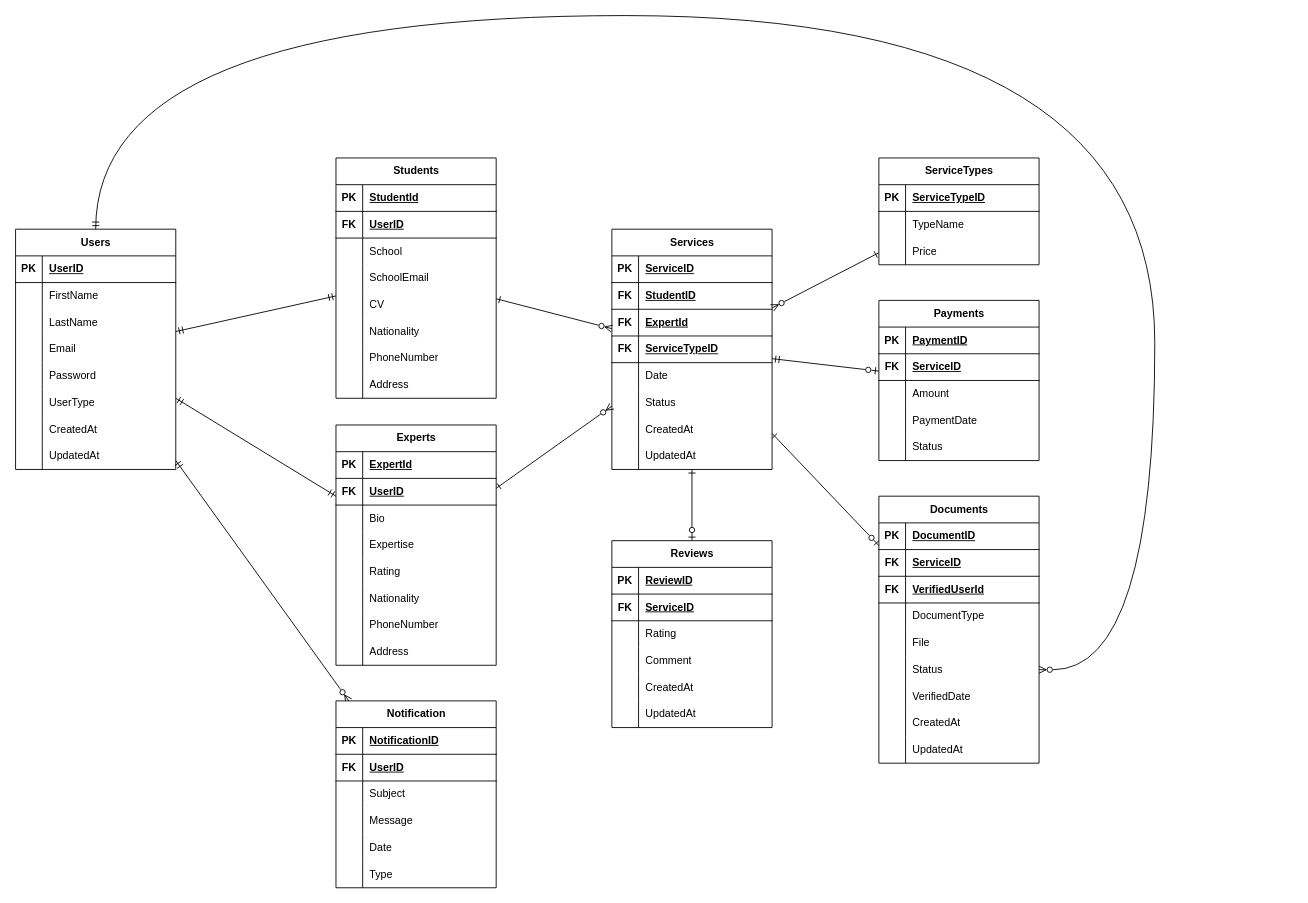
Earlier version of the draw.io diagram ERD.drawio (tamir-cqu/COIT20272). Source tidied: cells renumbered, new cells numbered last; positions are measured from the earlier drawing's top-left corner, leaving out a move shared by most shapes. Both pictures are drawn from the tidied source at 89%, with x=0, y=0 at pixel (15, 15).
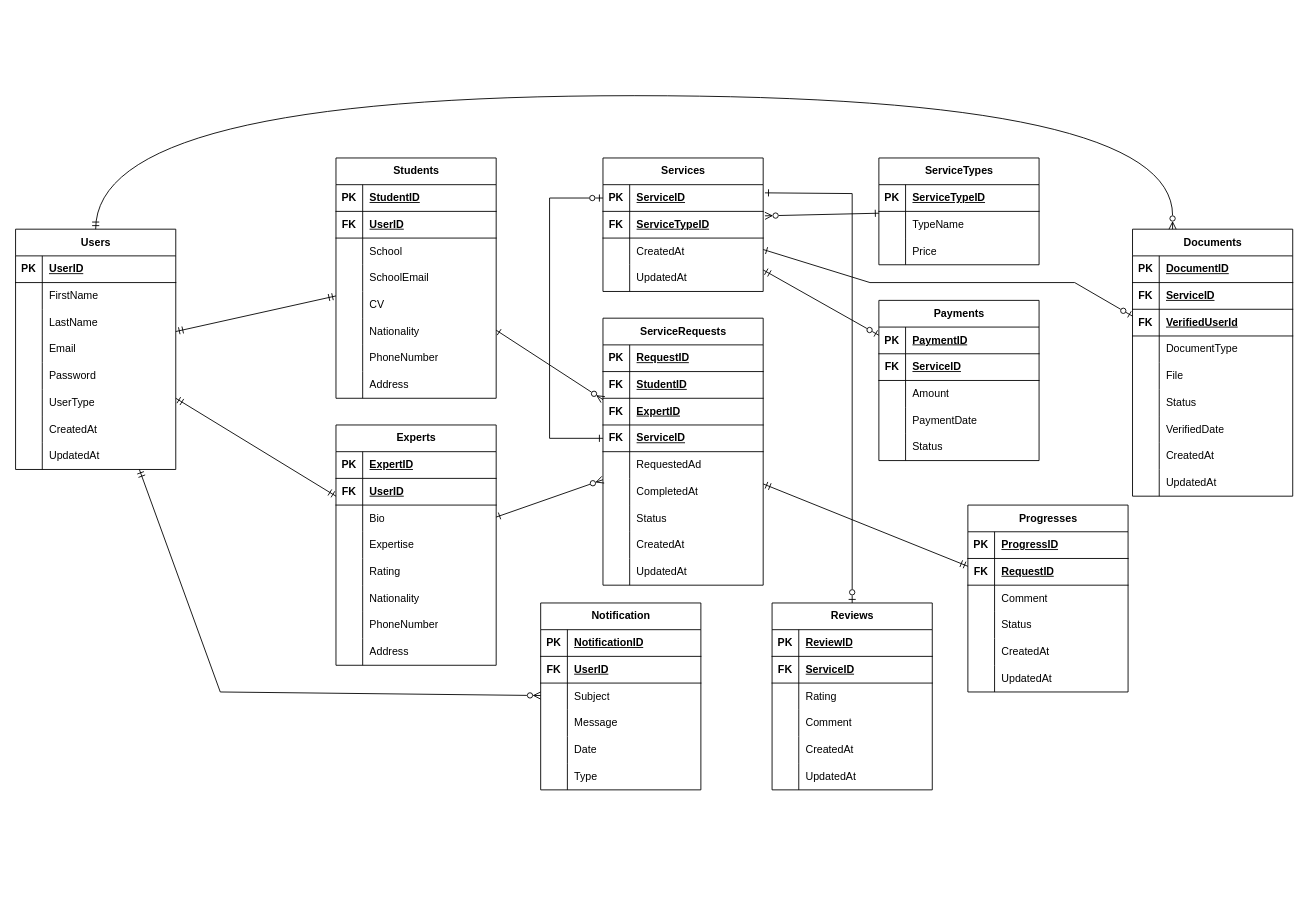
The same page after the edit.

Unchanged cells that the change refers to:
```xml
<mxCell id="2" value="Users" style="shape=table;startSize=30;childLayout=tableLayout;rowLines=0;fontStyle=1;align=center;html=1;" parent="1" vertex="1">
  <mxGeometry y="240" width="180" height="270" as="geometry" />
</mxCell>
<mxCell id="28" style="shape=tableRow;horizontal=0;startSize=0;swimlaneHead=0;swimlaneBody=0;fillColor=none;top=0;left=0;right=0;bottom=1;" parent="27" vertex="1">
  <mxGeometry y="30" width="180" height="30" as="geometry" />
</mxCell>
<mxCell id="55" style="shape=tableRow;horizontal=0;startSize=0;swimlaneHead=0;swimlaneBody=0;fillColor=none;top=0;left=0;right=0;bottom=1;" parent="54" vertex="1">
  <mxGeometry y="30" width="180" height="30" as="geometry" />
</mxCell>
<mxCell id="83" style="shape=tableRow;horizontal=0;startSize=0;swimlaneHead=0;swimlaneBody=0;fillColor=none;top=0;left=0;right=0;bottom=1;" parent="82" vertex="1">
  <mxGeometry y="30" width="180" height="30" as="geometry" />
</mxCell>
<mxCell id="89" style="shape=tableRow;horizontal=0;startSize=0;swimlaneHead=0;swimlaneBody=0;fillColor=none;top=0;left=0;right=0;bottom=1;" parent="82" vertex="1">
  <mxGeometry y="90" width="180" height="30" as="geometry" />
</mxCell>
<mxCell id="92" style="shape=tableRow;horizontal=0;startSize=0;swimlaneHead=0;swimlaneBody=0;fillColor=none;points=[[0,0.5],[1,0.5]];portConstraint=eastwest;top=0;left=0;right=0;bottom=1;" parent="82" vertex="1">
  <mxGeometry y="120" width="180" height="30" as="geometry" />
</mxCell>
<mxCell id="95" style="shape=tableRow;horizontal=0;startSize=0;swimlaneHead=0;swimlaneBody=0;fillColor=none;top=0;left=0;right=0;bottom=0;" parent="82" vertex="1">
  <mxGeometry y="150" width="180" height="30" as="geometry" />
</mxCell>
<mxCell id="109" value="ServiceTypes" style="shape=table;startSize=30;childLayout=tableLayout;rowLines=0;fontStyle=1;align=center;html=1;" parent="1" vertex="1">
  <mxGeometry x="970" y="160" width="180" height="120" as="geometry" />
</mxCell>
<mxCell id="119" value="Payments" style="shape=table;startSize=30;childLayout=tableLayout;rowLines=0;fontStyle=1;align=center;html=1;" parent="1" vertex="1">
  <mxGeometry x="970" y="320" width="180" height="180" as="geometry" />
</mxCell>
<mxCell id="191" style="shape=tableRow;horizontal=0;startSize=0;swimlaneHead=0;swimlaneBody=0;fillColor=none;points=[[0,0.5],[1,0.5]];portConstraint=eastwest;top=0;left=0;right=0;bottom=0;" parent="175" vertex="1">
  <mxGeometry y="180" width="180" height="30" as="geometry" />
</mxCell>
```

Change to the diagram source:
```diff
@@
-    <mxCell id="30" value="ExpertId" style="shape=partialRectangle;fillColor=none;top=0;left=0;bottom=0;right=0;align=left;spacingLeft=6;fontStyle=5;overflow=hidden;whiteSpace=wrap;html=1;" parent="28" vertex="1">
+    <mxCell id="30" value="ExpertID" style="shape=partialRectangle;fillColor=none;top=0;left=0;bottom=0;right=0;align=left;spacingLeft=6;fontStyle=5;overflow=hidden;whiteSpace=wrap;html=1;" parent="28" vertex="1">
       <mxGeometry x="30" width="150" height="30" as="geometry" />
     </mxCell>
@@
-    <mxCell id="57" value="StudentId" style="shape=partialRectangle;fillColor=none;top=0;left=0;bottom=0;right=0;align=left;spacingLeft=6;fontStyle=5;overflow=hidden;whiteSpace=wrap;html=1;" parent="55" vertex="1">
+    <mxCell id="57" value="StudentID" style="shape=partialRectangle;fillColor=none;top=0;left=0;bottom=0;right=0;align=left;spacingLeft=6;fontStyle=5;overflow=hidden;whiteSpace=wrap;html=1;" parent="55" vertex="1">
       <mxGeometry x="30" width="150" height="30" as="geometry" />
     </mxCell>
@@
-    <mxCell id="80" style="edgeStyle=orthogonalEdgeStyle;rounded=0;jettySize=auto;html=1;entryX=0.5;entryY=0;entryDx=0;entryDy=0;startArrow=ERone;startFill=0;endArrow=ERzeroToOne;endFill=0;" parent="1" edge="1" source="82" target="156">
-      <mxGeometry relative="1" as="geometry" />
+    <mxCell id="80" style="rounded=0;jettySize=auto;html=1;entryX=0.5;entryY=0;entryDx=0;entryDy=0;startArrow=ERone;startFill=0;endArrow=ERzeroToOne;endFill=0;exitX=1.011;exitY=0.306;exitDx=0;exitDy=0;exitPerimeter=0;" parent="1" edge="1" source="208" target="156">
+      <mxGeometry relative="1" as="geometry">
+        <Array as="points">
+          <mxPoint x="940" y="200" />
+        </Array>
+      </mxGeometry>
     </mxCell>
-    <mxCell id="81" style="rounded=0;jettySize=auto;html=1;entryDx=0;entryDy=0;startArrow=ERone;startFill=0;endArrow=ERzeroToOne;endFill=0;" parent="1" edge="1" source="82" target="175">
-      <mxGeometry relative="1" as="geometry" />
+    <mxCell id="81" style="rounded=0;jettySize=auto;html=1;entryDx=0;entryDy=0;startArrow=ERone;startFill=0;endArrow=ERzeroToOne;endFill=0;exitDx=0;exitDy=0;" parent="1" edge="1" source="207" target="175">
+      <mxGeometry relative="1" as="geometry">
+        <Array as="points">
+          <mxPoint x="960" y="300" />
+          <mxPoint x="1190" y="300" />
+        </Array>
+      </mxGeometry>
     </mxCell>
-    <mxCell id="82" value="Services" style="shape=table;startSize=30;childLayout=tableLayout;rowLines=0;fontStyle=1;align=center;html=1;" parent="1" vertex="1">
-      <mxGeometry x="670" y="240" width="180" height="270" as="geometry" />
+    <mxCell id="82" value="ServiceRequests" style="shape=table;startSize=30;childLayout=tableLayout;rowLines=0;fontStyle=1;align=center;html=1;" parent="1" vertex="1">
+      <mxGeometry x="660" y="340" width="180" height="300" as="geometry" />
     </mxCell>
@@
-    <mxCell id="85" value="ServiceID" style="shape=partialRectangle;fillColor=none;top=0;left=0;bottom=0;right=0;align=left;spacingLeft=6;fontStyle=5;overflow=hidden;whiteSpace=wrap;html=1;" parent="83" vertex="1">
+    <mxCell id="85" value="RequestID" style="shape=partialRectangle;fillColor=none;top=0;left=0;bottom=0;right=0;align=left;spacingLeft=6;fontStyle=5;overflow=hidden;whiteSpace=wrap;html=1;" parent="83" vertex="1">
       <mxGeometry x="30" width="150" height="30" as="geometry" />
     </mxCell>
@@
-    <mxCell id="91" value="ExpertId" style="shape=partialRectangle;fillColor=none;top=0;left=0;bottom=0;right=0;align=left;spacingLeft=6;fontStyle=5;overflow=hidden;whiteSpace=wrap;html=1;" parent="89" vertex="1">
+    <mxCell id="91" value="ExpertID" style="shape=partialRectangle;fillColor=none;top=0;left=0;bottom=0;right=0;align=left;spacingLeft=6;fontStyle=5;overflow=hidden;whiteSpace=wrap;html=1;" parent="89" vertex="1">
       <mxGeometry x="30" width="150" height="30" as="geometry" />
     </mxCell>
@@
-    <mxCell id="94" value="ServiceTypeID" style="shape=partialRectangle;fillColor=none;top=0;left=0;bottom=0;right=0;align=left;spacingLeft=6;fontStyle=5;overflow=hidden;whiteSpace=wrap;html=1;" parent="92" vertex="1">
+    <mxCell id="94" value="ServiceID" style="shape=partialRectangle;fillColor=none;top=0;left=0;bottom=0;right=0;align=left;spacingLeft=6;fontStyle=5;overflow=hidden;whiteSpace=wrap;html=1;" parent="92" vertex="1">
       <mxGeometry x="30" width="150" height="30" as="geometry" />
     </mxCell>
@@
-    <mxCell id="97" value="Date" style="shape=partialRectangle;fillColor=none;top=0;left=0;bottom=0;right=0;align=left;spacingLeft=6;overflow=hidden;whiteSpace=wrap;html=1;" parent="95" vertex="1">
+    <mxCell id="97" value="RequestedAd" style="shape=partialRectangle;fillColor=none;top=0;left=0;bottom=0;right=0;align=left;spacingLeft=6;overflow=hidden;whiteSpace=wrap;html=1;" parent="95" vertex="1">
       <mxGeometry x="30" width="150" height="30" as="geometry" />
     </mxCell>
+    <mxCell id="204" style="shape=tableRow;horizontal=0;startSize=0;swimlaneHead=0;swimlaneBody=0;fillColor=none;top=0;left=0;right=0;bottom=0;" parent="82" vertex="1">
+      <mxGeometry y="180" width="180" height="30" as="geometry" />
+    </mxCell>
+    <mxCell id="205" style="shape=partialRectangle;fillColor=none;top=0;left=0;bottom=0;right=0;overflow=hidden;whiteSpace=wrap;html=1;" parent="204" vertex="1">
+      <mxGeometry width="30" height="30" as="geometry" />
+    </mxCell>
+    <mxCell id="206" value="CompletedAt" style="shape=partialRectangle;fillColor=none;top=0;left=0;bottom=0;right=0;align=left;spacingLeft=6;overflow=hidden;whiteSpace=wrap;html=1;" parent="204" vertex="1">
+      <mxGeometry x="30" width="150" height="30" as="geometry" />
+    </mxCell>
     <mxCell id="98" style="shape=tableRow;horizontal=0;startSize=0;swimlaneHead=0;swimlaneBody=0;fillColor=none;top=0;left=0;right=0;bottom=0;" parent="82" vertex="1">
-      <mxGeometry y="180" width="180" height="30" as="geometry" />
+      <mxGeometry y="210" width="180" height="30" as="geometry" />
     </mxCell>
@@
     <mxCell id="101" style="shape=tableRow;horizontal=0;startSize=0;swimlaneHead=0;swimlaneBody=0;fillColor=none;top=0;left=0;right=0;bottom=0;" parent="82" vertex="1">
-      <mxGeometry y="210" width="180" height="30" as="geometry" />
+      <mxGeometry y="240" width="180" height="30" as="geometry" />
     </mxCell>
@@
     <mxCell id="104" style="shape=tableRow;horizontal=0;startSize=0;swimlaneHead=0;swimlaneBody=0;fillColor=none;top=0;left=0;right=0;bottom=0;" parent="82" vertex="1">
-      <mxGeometry y="240" width="180" height="30" as="geometry" />
+      <mxGeometry y="270" width="180" height="30" as="geometry" />
     </mxCell>
@@
-    <mxCell id="108" style="rounded=0;jettySize=auto;html=1;entryDx=0;entryDy=0;endArrow=ERzeroToMany;endFill=0;startArrow=ERone;startFill=0;" parent="1" edge="1" source="109" target="82">
+    <mxCell id="108" style="rounded=0;jettySize=auto;html=1;entryDx=0;entryDy=0;endArrow=ERzeroToMany;endFill=0;startArrow=ERone;startFill=0;entryX=1.011;entryY=0.167;entryPerimeter=0;" parent="1" edge="1" source="109" target="211">
       <mxGeometry relative="1" as="geometry" />
     </mxCell>
@@
-    <mxCell id="135" style="rounded=0;jettySize=auto;html=1;startArrow=ERmandOne;startFill=0;endArrow=ERzeroToOne;endFill=0;exitDx=0;exitDy=0;exitPerimeter=0;" parent="1" edge="1" source="82" target="119">
+    <mxCell id="135" style="rounded=0;jettySize=auto;html=1;startArrow=ERmandOne;startFill=0;endArrow=ERzeroToOne;endFill=0;exitDx=0;exitDy=0;" parent="1" edge="1" source="207" target="119">
       <mxGeometry relative="1" as="geometry" />
     </mxCell>
-    <mxCell id="136" style="rounded=0;jettySize=auto;html=1;entryDx=0;entryDy=0;startArrow=ERzeroToMany;startFill=0;endArrow=ERmandOne;endFill=0;" parent="1" edge="1" source="137" target="2">
-      <mxGeometry relative="1" as="geometry" />
+    <mxCell id="136" style="rounded=0;jettySize=auto;html=1;entryDx=0;entryDy=0;startArrow=ERzeroToMany;startFill=0;endArrow=ERmandOne;endFill=0;exitDx=0;exitDy=0;exitPerimeter=0;" parent="1" edge="1" source="137" target="2">
+      <mxGeometry relative="1" as="geometry">
+        <Array as="points">
+          <mxPoint x="230" y="760" />
+        </Array>
+      </mxGeometry>
     </mxCell>
     <mxCell id="137" value="Notification" style="shape=table;startSize=30;childLayout=tableLayout;rowLines=0;fontStyle=1;align=center;html=1;" parent="1" vertex="1">
-      <mxGeometry x="360" y="770" width="180" height="210" as="geometry" />
+      <mxGeometry x="590" y="660" width="180" height="210" as="geometry" />
     </mxCell>
@@
     <mxCell id="156" value="Reviews" style="shape=table;startSize=30;childLayout=tableLayout;rowLines=0;fontStyle=1;align=center;html=1;" parent="1" vertex="1">
-      <mxGeometry x="670" y="590" width="180" height="210" as="geometry" />
+      <mxGeometry x="850" y="660" width="180" height="210" as="geometry" />
     </mxCell>
@@
     <mxCell id="175" value="Documents" style="shape=table;startSize=30;childLayout=tableLayout;rowLines=0;fontStyle=1;align=center;html=1;" parent="1" vertex="1">
-      <mxGeometry x="970" y="540" width="180" height="300" as="geometry" />
+      <mxGeometry x="1255" y="240" width="180" height="300" as="geometry" />
     </mxCell>
@@
-    <mxCell id="203" style="edgeStyle=orthogonalEdgeStyle;rounded=0;jettySize=auto;html=1;entryDx=0;entryDy=0;curved=1;startArrow=ERzeroToMany;startFill=0;endArrow=ERmandOne;endFill=0;" parent="1" edge="1" source="191" target="2">
+    <mxCell id="203" style="edgeStyle=orthogonalEdgeStyle;rounded=0;jettySize=auto;html=1;entryDx=0;entryDy=0;curved=1;startArrow=ERzeroToMany;startFill=0;endArrow=ERmandOne;endFill=0;exitDx=0;exitDy=0;" parent="1" edge="1" source="175" target="2">
       <mxGeometry relative="1" as="geometry">
         <Array as="points">
-          <mxPoint x="1280" y="735" />
-          <mxPoint x="1280" />
-          <mxPoint x="90" />
+          <mxPoint x="1300" y="90" />
+          <mxPoint x="90" y="90" />
         </Array>
       </mxGeometry>
     </mxCell>
+    <mxCell id="207" value="Services" style="shape=table;startSize=30;childLayout=tableLayout;rowLines=0;fontStyle=1;align=center;html=1;" parent="1" vertex="1">
+      <mxGeometry x="660" y="160" width="180" height="150" as="geometry" />
+    </mxCell>
+    <mxCell id="208" style="shape=tableRow;horizontal=0;startSize=0;swimlaneHead=0;swimlaneBody=0;fillColor=none;points=[[0,0.5],[1,0.5]];portConstraint=eastwest;top=0;left=0;right=0;bottom=1;" parent="207" vertex="1">
+      <mxGeometry y="30" width="180" height="30" as="geometry" />
+    </mxCell>
+    <mxCell id="209" value="PK" style="shape=partialRectangle;fillColor=none;top=0;left=0;bottom=0;right=0;fontStyle=1;overflow=hidden;whiteSpace=wrap;html=1;" parent="208" vertex="1">
+      <mxGeometry width="30" height="30" as="geometry" />
+    </mxCell>
+    <mxCell id="210" value="ServiceID" style="shape=partialRectangle;fillColor=none;top=0;left=0;bottom=0;right=0;align=left;spacingLeft=6;fontStyle=5;overflow=hidden;whiteSpace=wrap;html=1;" parent="208" vertex="1">
+      <mxGeometry x="30" width="150" height="30" as="geometry" />
+    </mxCell>
+    <mxCell id="211" style="shape=tableRow;horizontal=0;startSize=0;swimlaneHead=0;swimlaneBody=0;fillColor=none;points=[[0,0.5],[1,0.5]];portConstraint=eastwest;top=0;left=0;right=0;bottom=1;" parent="207" vertex="1">
+      <mxGeometry y="60" width="180" height="30" as="geometry" />
+    </mxCell>
+    <mxCell id="212" value="FK" style="shape=partialRectangle;fillColor=none;top=0;left=0;bottom=0;right=0;fontStyle=1;overflow=hidden;whiteSpace=wrap;html=1;" parent="211" vertex="1">
+      <mxGeometry width="30" height="30" as="geometry" />
+    </mxCell>
+    <mxCell id="213" value="ServiceTypeID" style="shape=partialRectangle;fillColor=none;top=0;left=0;bottom=0;right=0;align=left;spacingLeft=6;fontStyle=5;overflow=hidden;whiteSpace=wrap;html=1;" parent="211" vertex="1">
+      <mxGeometry x="30" width="150" height="30" as="geometry" />
+    </mxCell>
+    <mxCell id="214" style="shape=tableRow;horizontal=0;startSize=0;swimlaneHead=0;swimlaneBody=0;fillColor=none;top=0;left=0;right=0;bottom=0;" parent="207" vertex="1">
+      <mxGeometry y="90" width="180" height="30" as="geometry" />
+    </mxCell>
+    <mxCell id="215" style="shape=partialRectangle;fillColor=none;top=0;left=0;bottom=0;right=0;overflow=hidden;whiteSpace=wrap;html=1;" parent="214" vertex="1">
+      <mxGeometry width="30" height="30" as="geometry" />
+    </mxCell>
+    <mxCell id="216" value="CreatedAt" style="shape=partialRectangle;fillColor=none;top=0;left=0;bottom=0;right=0;align=left;spacingLeft=6;overflow=hidden;whiteSpace=wrap;html=1;" parent="214" vertex="1">
+      <mxGeometry x="30" width="150" height="30" as="geometry" />
+    </mxCell>
+    <mxCell id="217" style="shape=tableRow;horizontal=0;startSize=0;swimlaneHead=0;swimlaneBody=0;fillColor=none;top=0;left=0;right=0;bottom=0;" parent="207" vertex="1">
+      <mxGeometry y="120" width="180" height="30" as="geometry" />
+    </mxCell>
+    <mxCell id="218" style="shape=partialRectangle;fillColor=none;top=0;left=0;bottom=0;right=0;overflow=hidden;whiteSpace=wrap;html=1;" parent="217" vertex="1">
+      <mxGeometry width="30" height="30" as="geometry" />
+    </mxCell>
+    <mxCell id="219" value="UpdatedAt" style="shape=partialRectangle;fillColor=none;top=0;left=0;bottom=0;right=0;align=left;spacingLeft=6;overflow=hidden;whiteSpace=wrap;html=1;" parent="217" vertex="1">
+      <mxGeometry x="30" width="150" height="30" as="geometry" />
+    </mxCell>
+    <mxCell id="220" value="Progresses" style="shape=table;startSize=30;childLayout=tableLayout;rowLines=0;fontStyle=1;align=center;html=1;" parent="1" vertex="1">
+      <mxGeometry x="1070" y="550" width="180" height="210" as="geometry" />
+    </mxCell>
+    <mxCell id="221" style="shape=tableRow;horizontal=0;startSize=0;swimlaneHead=0;swimlaneBody=0;fillColor=none;top=0;left=0;right=0;bottom=1;" parent="220" vertex="1">
+      <mxGeometry y="30" width="180" height="30" as="geometry" />
+    </mxCell>
+    <mxCell id="222" value="PK" style="shape=partialRectangle;fillColor=none;top=0;left=0;bottom=0;right=0;fontStyle=1;overflow=hidden;whiteSpace=wrap;html=1;" parent="221" vertex="1">
+      <mxGeometry width="30" height="30" as="geometry" />
+    </mxCell>
+    <mxCell id="223" value="ProgressID" style="shape=partialRectangle;fillColor=none;top=0;left=0;bottom=0;right=0;align=left;spacingLeft=6;fontStyle=5;overflow=hidden;whiteSpace=wrap;html=1;" parent="221" vertex="1">
+      <mxGeometry x="30" width="150" height="30" as="geometry" />
+    </mxCell>
+    <mxCell id="224" style="shape=tableRow;horizontal=0;startSize=0;swimlaneHead=0;swimlaneBody=0;fillColor=none;top=0;left=0;right=0;bottom=1;" parent="220" vertex="1">
+      <mxGeometry y="60" width="180" height="30" as="geometry" />
+    </mxCell>
+    <mxCell id="225" value="FK&lt;span style=&quot;color: rgba(0, 0, 0, 0); font-family: monospace; font-size: 0px; font-weight: 400; text-align: start; text-wrap: nowrap;&quot;&gt;3CmxGraphModel%3E%3Croot%3E%3CmxCell%20id%3D%220%22%2F%3E%3CmxCell%20id%3D%221%22%20parent%3D%220%22%2F%3E%3CmxCell%20id%3D%222%22%20value%3D%22PK%22%20style%3D%22shape%3DpartialRectangle%3Bconnectable%3D0%3BfillColor%3Dnone%3Btop%3D0%3Bleft%3D0%3Bbottom%3D0%3Bright%3D0%3BfontStyle%3D1%3Boverflow%3Dhidden%3BwhiteSpace%3Dwrap%3Bhtml%3D1%3B%22%20vertex%3D%221%22%20parent%3D%221%22%3E%3CmxGeometry%20x%3D%22990%22%20y%3D%22-230%22%20width%3D%2230%22%20height%3D%2230%22%20as%3D%22geometry%22%3E%3CmxRectangle%20width%3D%2230%22%20height%3D%2230%22%20as%3D%22alternateBounds%22%2F%3E%3C%2FmxGeometry%3E%3C%2FmxCell%3E%3C%2Froot%3E%3C%2FmxGraphModel%3E&lt;/span&gt;" style="shape=partialRectangle;fillColor=none;top=0;left=0;bottom=0;right=0;fontStyle=1;overflow=hidden;whiteSpace=wrap;html=1;" parent="224" vertex="1">
+      <mxGeometry width="30" height="30" as="geometry" />
+    </mxCell>
+    <mxCell id="226" value="RequestID" style="shape=partialRectangle;fillColor=none;top=0;left=0;bottom=0;right=0;align=left;spacingLeft=6;fontStyle=5;overflow=hidden;whiteSpace=wrap;html=1;" parent="224" vertex="1">
+      <mxGeometry x="30" width="150" height="30" as="geometry" />
+    </mxCell>
+    <mxCell id="227" style="shape=tableRow;horizontal=0;startSize=0;swimlaneHead=0;swimlaneBody=0;fillColor=none;top=0;left=0;right=0;bottom=0;" parent="220" vertex="1">
+      <mxGeometry y="90" width="180" height="30" as="geometry" />
+    </mxCell>
+    <mxCell id="228" style="shape=partialRectangle;fillColor=none;top=0;left=0;bottom=0;right=0;overflow=hidden;whiteSpace=wrap;html=1;" parent="227" vertex="1">
+      <mxGeometry width="30" height="30" as="geometry" />
+    </mxCell>
+    <mxCell id="229" value="Comment" style="shape=partialRectangle;fillColor=none;top=0;left=0;bottom=0;right=0;align=left;spacingLeft=6;overflow=hidden;whiteSpace=wrap;html=1;" parent="227" vertex="1">
+      <mxGeometry x="30" width="150" height="30" as="geometry" />
+    </mxCell>
+    <mxCell id="230" style="shape=tableRow;horizontal=0;startSize=0;swimlaneHead=0;swimlaneBody=0;fillColor=none;top=0;left=0;right=0;bottom=0;" parent="220" vertex="1">
+      <mxGeometry y="120" width="180" height="30" as="geometry" />
+    </mxCell>
+    <mxCell id="231" style="shape=partialRectangle;fillColor=none;top=0;left=0;bottom=0;right=0;overflow=hidden;whiteSpace=wrap;html=1;" parent="230" vertex="1">
+      <mxGeometry width="30" height="30" as="geometry" />
+    </mxCell>
+    <mxCell id="232" value="Status" style="shape=partialRectangle;fillColor=none;top=0;left=0;bottom=0;right=0;align=left;spacingLeft=6;overflow=hidden;whiteSpace=wrap;html=1;" parent="230" vertex="1">
+      <mxGeometry x="30" width="150" height="30" as="geometry" />
+    </mxCell>
+    <mxCell id="233" style="shape=tableRow;horizontal=0;startSize=0;swimlaneHead=0;swimlaneBody=0;fillColor=none;top=0;left=0;right=0;bottom=0;" parent="220" vertex="1">
+      <mxGeometry y="150" width="180" height="30" as="geometry" />
+    </mxCell>
+    <mxCell id="234" style="shape=partialRectangle;fillColor=none;top=0;left=0;bottom=0;right=0;overflow=hidden;whiteSpace=wrap;html=1;" parent="233" vertex="1">
+      <mxGeometry width="30" height="30" as="geometry" />
+    </mxCell>
+    <mxCell id="235" value="CreatedAt" style="shape=partialRectangle;fillColor=none;top=0;left=0;bottom=0;right=0;align=left;spacingLeft=6;overflow=hidden;whiteSpace=wrap;html=1;" parent="233" vertex="1">
+      <mxGeometry x="30" width="150" height="30" as="geometry" />
+    </mxCell>
+    <mxCell id="236" style="shape=tableRow;horizontal=0;startSize=0;swimlaneHead=0;swimlaneBody=0;fillColor=none;top=0;left=0;right=0;bottom=0;" parent="220" vertex="1">
+      <mxGeometry y="180" width="180" height="30" as="geometry" />
+    </mxCell>
+    <mxCell id="237" style="shape=partialRectangle;fillColor=none;top=0;left=0;bottom=0;right=0;overflow=hidden;whiteSpace=wrap;html=1;" parent="236" vertex="1">
+      <mxGeometry width="30" height="30" as="geometry" />
+    </mxCell>
+    <mxCell id="238" value="UpdatedAt" style="shape=partialRectangle;fillColor=none;top=0;left=0;bottom=0;right=0;align=left;spacingLeft=6;overflow=hidden;whiteSpace=wrap;html=1;" parent="236" vertex="1">
+      <mxGeometry x="30" width="150" height="30" as="geometry" />
+    </mxCell>
+    <mxCell id="239" style="edgeStyle=orthogonalEdgeStyle;rounded=0;jettySize=auto;html=1;entryX=0;entryY=0.5;entryDx=0;entryDy=0;endArrow=ERzeroToOne;endFill=0;startArrow=ERone;startFill=0;" parent="1" edge="1" source="92" target="208">
+      <mxGeometry relative="1" as="geometry">
+        <Array as="points">
+          <mxPoint x="600" y="475" />
+          <mxPoint x="600" y="205" />
+        </Array>
+      </mxGeometry>
+    </mxCell>
+    <mxCell id="240" style="rounded=0;jettySize=auto;html=1;entryDx=0;entryDy=0;entryPerimeter=0;endArrow=ERmandOne;endFill=0;startArrow=ERmandOne;startFill=0;" parent="1" edge="1" source="220" target="82">
+      <mxGeometry relative="1" as="geometry" />
+    </mxCell>
```
